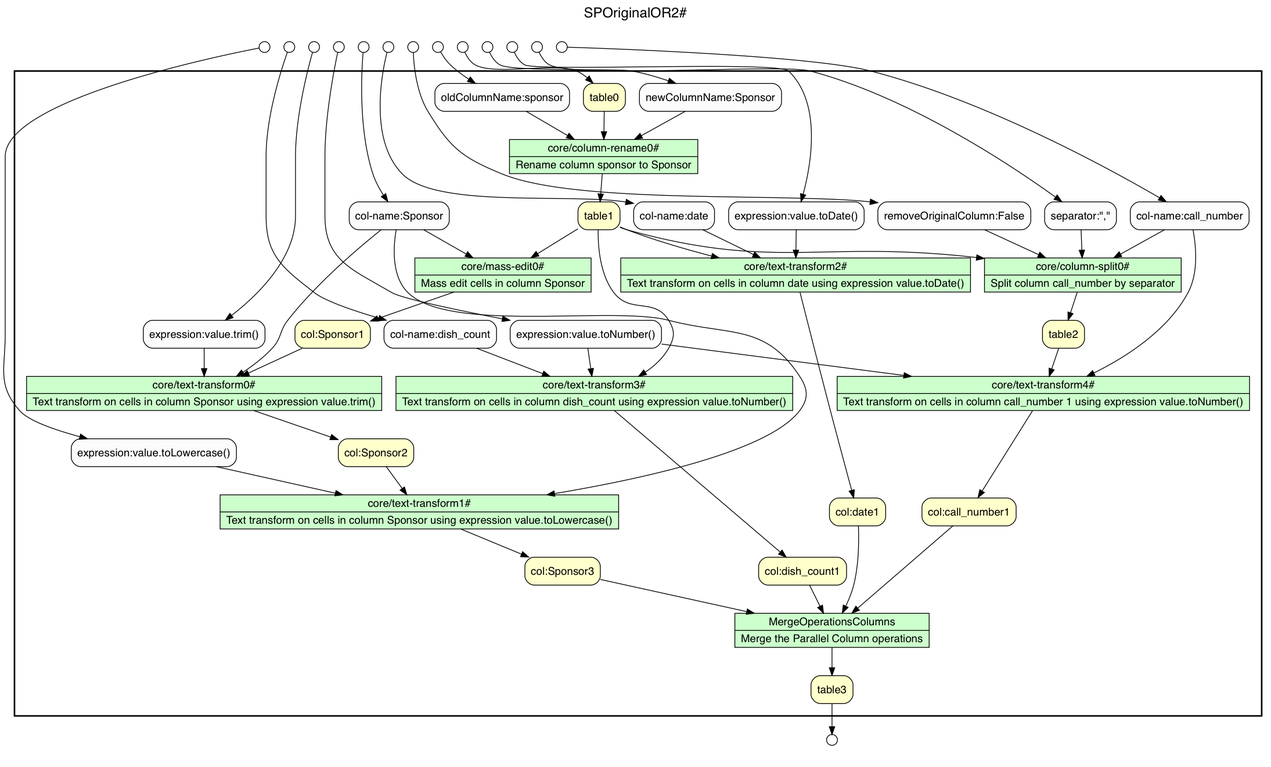
LanLi2017/RuntimeCompare keeps this Graphviz diagram as png/Serial-Parallel.png. Above is the earlier version. Its source is kept beside it as gv/Serial-Parallel.gv.
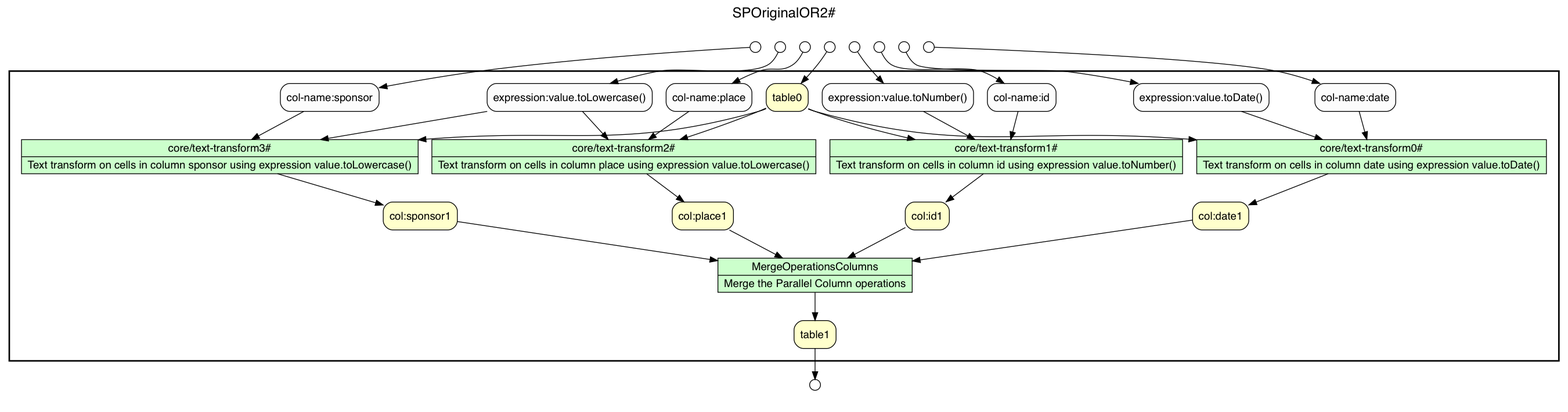
After the commit.

What changed in the source:
```diff
@@ -1,87 +1,119 @@
+/* Start of top-level graph */
 digraph Workflow {
-rankdir=LR
+rankdir=TB
+
+/* Title for graph */
 fontname=Helvetica; fontsize=18; labelloc=t
 label="SPOriginalOR2#"
+
+/* Start of double cluster for drawing box around nodes in workflow */
 subgraph cluster_workflow_box_outer { label=""; color=black; penwidth=2
 subgraph cluster_workflow_box_inner { label=""; penwidth=0
+
+/* Style for nodes representing atomic programs in workflow */
 node[shape=box style=filled fillcolor="#CCFFCC" peripheries=1 fontname=Helvetica]
-"core/column-rename0#" [shape=record rankdir=LR label="{{<f0> core/column-rename0# |<f1> Rename column mo to month}}"];
-"core/column-rename1#" [shape=record rankdir=LR label="{{<f0> core/column-rename1# |<f1> Rename column dy to day}}"];
-"core/column-rename2#" [shape=record rankdir=LR label="{{<f0> core/column-rename2# |<f1> Rename column yr to year}}"];
-"core/text-transform0#" [shape=record rankdir=LR label="{{<f0> core/text-transform0# |<f1> Text transform on cells in column country using expression value.toUppercase()}}"];
-"core/mass-edit0#" [shape=record rankdir=LR label="{{<f0> core/mass-edit0# |<f1> Mass edit cells in column country}}"];
-"core/text-transform1#" [shape=record rankdir=LR label="{{<f0> core/text-transform1# |<f1> Text transform on cells in column recordID using expression value.toNumber()}}"];
-"core/text-transform2#" [shape=record rankdir=LR label="{{<f0> core/text-transform2# |<f1> Text transform on cells in column year using expression value.toDate()}}"];
-"core/mass-edit1#" [shape=record rankdir=LR label="{{<f0> core/mass-edit1# |<f1> Mass edit cells in column scientificName}}"];
-"core/text-transform3#" [shape=record rankdir=LR label="{{<f0> core/text-transform3# |<f1> Text transform on cells in column scientificName using expression value.trim()}}"];
-"core/text-transform4#" [shape=record rankdir=LR label="{{<f0> core/text-transform4# |<f1> Text transform on cells in column scientificName using expression value.toLowercase()}}"];
-"core/column-split0#" [shape=record rankdir=LR label="{{<f0> core/column-split0# |<f1> Split column scientificName by separator}}"];
-MergeOperationsColumns [shape=record rankdir=LR label="{{<f0> MergeOperationsColumns |<f1> Merge the Parallel Column operations}}"];
-edge[fontname=Helvetica]
-"core/column-rename0#" -> "core/column-rename1#" [label=table1]
-"core/column-rename1#" -> "core/column-rename2#" [label=table2]
-"core/column-rename2#" -> "core/text-transform0#" [label=table3]
-"core/column-rename2#" -> "core/text-transform1#" [label=table3]
-"core/column-rename2#" -> "core/text-transform2#" [label=table3]
-"core/column-rename2#" -> "core/mass-edit1#" [label=table3]
-"core/text-transform0#" -> "core/mass-edit0#" [label="col:country1"]
-"core/mass-edit1#" -> "core/text-transform3#" [label="col:scientificName1"]
-"core/text-transform3#" -> "core/text-transform4#" [label="col:scientificName2"]
-"core/text-transform4#" -> "core/column-split0#" [label="col:scientificName3"]
-"core/mass-edit0#" -> MergeOperationsColumns [label="col:country2"]
-"core/text-transform1#" -> MergeOperationsColumns [label="col:recordID1"]
-"core/text-transform2#" -> MergeOperationsColumns [label="col:year1"]
-"core/column-split0#" -> MergeOperationsColumns [label=table4]
+
+/* Nodes representing atomic programs in workflow */
+"core/text-transform0#" [shape=record rankdir=LR label="{<f0> core/text-transform0# |<f1> Text transform on cells in column date using expression value.toDate()}"];
+"core/text-transform1#" [shape=record rankdir=LR label="{<f0> core/text-transform1# |<f1> Text transform on cells in column id using expression value.toNumber()}"];
+"core/text-transform2#" [shape=record rankdir=LR label="{<f0> core/text-transform2# |<f1> Text transform on cells in column place using expression value.toLowercase()}"];
+"core/text-transform3#" [shape=record rankdir=LR label="{<f0> core/text-transform3# |<f1> Text transform on cells in column sponsor using expression value.toLowercase()}"];
+MergeOperationsColumns [shape=record rankdir=LR label="{<f0> MergeOperationsColumns |<f1> Merge the Parallel Column operations}"];
+
+/* Style for nodes representing non-parameter data channels in workflow */
+node[shape=box style="rounded,filled" fillcolor="#FFFFCC" peripheries=1 fontname=Helvetica]
+
+/* Nodes for non-parameter data channels in workflow */
+table1
+table0
+"col:date1"
+"col:id1"
+"col:place1"
+"col:sponsor1"
+
+/* Style for nodes representing parameter channels in workflow */
+node[shape=box style="rounded,filled" fillcolor="#FCFCFC" peripheries=1 fontname=Helvetica]
+
+/* Nodes representing parameter channels in workflow */
+"col-name:date"
+"expression:value.toDate()"
+"col-name:id"
+"expression:value.toNumber()"
+"col-name:place"
+"expression:value.toLowercase()"
+"col-name:sponsor"
+
+/* Edges representing connections between programs and channels */
+"core/text-transform0#" -> "col:date1"
+"col-name:date" -> "core/text-transform0#"
+"expression:value.toDate()" -> "core/text-transform0#"
+table0 -> "core/text-transform0#"
+"core/text-transform1#" -> "col:id1"
+"col-name:id" -> "core/text-transform1#"
+"expression:value.toNumber()" -> "core/text-transform1#"
+table0 -> "core/text-transform1#"
+"core/text-transform2#" -> "col:place1"
+"col-name:place" -> "core/text-transform2#"
+"expression:value.toLowercase()" -> "core/text-transform2#"
+table0 -> "core/text-transform2#"
+"core/text-transform3#" -> "col:sponsor1"
+"col-name:sponsor" -> "core/text-transform3#"
+"expression:value.toLowercase()" -> "core/text-transform3#"
+table0 -> "core/text-transform3#"
+MergeOperationsColumns -> table1
+"col:date1" -> MergeOperationsColumns
+"col:id1" -> MergeOperationsColumns
+"col:place1" -> MergeOperationsColumns
+"col:sponsor1" -> MergeOperationsColumns
+
+/* End of double cluster for drawing box around nodes in workflow */
 }}
+
+/* Hidden double-cluster for grouping workflow input ports */
 subgraph cluster_input_ports_group_outer { label=""; penwidth=0
 subgraph cluster_input_ports_group_inner { label=""; penwidth=0
-node[shape=circle style=filled fillcolor="#FFFFFF" peripheries=1 fontname=Helvetica width=0.2]
-"col-name:country_input_port" [label=""]
-"oldColumnName:dy_input_port" [label=""]
-"separator:\",\"_input_port" [label=""]
-"newColumnName:day_input_port" [label=""]
-"col-name:scientificName_input_port" [label=""]
-"oldColumnName:mo_input_port" [label=""]
-"col-name:recordID_input_port" [label=""]
+
+/* Style for nodes representing workflow input ports */
+node[shape=circle style="rounded,filled" fillcolor="#FFFFFF" peripheries=1 fontname=Helvetica width=0.2]
+
+/* Nodes representing workflow input ports */
+"expression:value.toDate()_input_port" [label=""]
+"col-name:place_input_port" [label=""]
+"col-name:sponsor_input_port" [label=""]
 "expression:value.toLowercase()_input_port" [label=""]
-"expression:value.toDate()_input_port" [label=""]
-"expression:value.toUppercase()_input_port" [label=""]
 "expression:value.toNumber()_input_port" [label=""]
-"removeOriginalColumn:False_input_port" [label=""]
-"col-name:year_input_port" [label=""]
-"newColumnName:month_input_port" [label=""]
-"oldColumnName:yr_input_port" [label=""]
-"newColumnName:year_input_port" [label=""]
-"expression:value.trim()_input_port" [label=""]
+"col-name:id_input_port" [label=""]
+"col-name:date_input_port" [label=""]
 table0_input_port [label=""]
+
+/* End of double-cluster for grouping workflow input ports */
 }}
+
+/* Hidden double-cluster for grouping workflow output ports */
 subgraph cluster_output_ports_group_outer { label=""; penwidth=0
 subgraph cluster_output_ports_group_inner { label=""; penwidth=0
-node[shape=circle style=filled fillcolor="#FFFFFF" peripheries=1 fontname=Helvetica width=0.2]
-table5_output_port [label=""]
+
+/* Style for nodes representing workflow output ports */
+node[shape=circle style="rounded,filled" fillcolor="#FFFFFF" peripheries=1 fontname=Helvetica width=0.2]
+
+/* Nodes representing workflow output ports */
+table1_output_port [label=""]
+
+/* End of double-cluster for grouping workflow output ports */
 }}
-edge[fontname=Helvetica]
-"oldColumnName:mo_input_port" -> "core/column-rename0#" [label="oldColumnName:mo"]
-"newColumnName:month_input_port" -> "core/column-rename0#" [label="newColumnName:month"]
-table0_input_port -> "core/column-rename0#" [label=table0]
-"oldColumnName:dy_input_port" -> "core/column-rename1#" [label="oldColumnName:dy"]
-"newColumnName:day_input_port" -> "core/column-rename1#" [label="newColumnName:day"]
-"oldColumnName:yr_input_port" -> "core/column-rename2#" [label="oldColumnName:yr"]
-"newColumnName:year_input_port" -> "core/column-rename2#" [label="newColumnName:year"]
-"col-name:country_input_port" -> "core/text-transform0#" [label="col-name:country"]
-"col-name:country_input_port" -> "core/mass-edit0#" [label="col-name:country"]
-"expression:value.toUppercase()_input_port" -> "core/text-transform0#" [label="expression:value.toUppercase()"]
-"col-name:recordID_input_port" -> "core/text-transform1#" [label="col-name:recordID"]
-"expression:value.toNumber()_input_port" -> "core/text-transform1#" [label="expression:value.toNumber()"]
-"col-name:year_input_port" -> "core/text-transform2#" [label="col-name:year"]
-"expression:value.toDate()_input_port" -> "core/text-transform2#" [label="expression:value.toDate()"]
-"col-name:scientificName_input_port" -> "core/text-transform3#" [label="col-name:scientificName"]
-"col-name:scientificName_input_port" -> "core/text-transform4#" [label="col-name:scientificName"]
-"col-name:scientificName_input_port" -> "core/column-split0#" [label="col-name:scientificName"]
-"expression:value.trim()_input_port" -> "core/text-transform3#" [label="expression:value.trim()"]
-"expression:value.toLowercase()_input_port" -> "core/text-transform4#" [label="expression:value.toLowercase()"]
-"separator:\",\"_input_port" -> "core/column-split0#" [label="separator:\",\""]
-"removeOriginalColumn:False_input_port" -> "core/column-split0#" [label="removeOriginalColumn:False"]
-edge[fontname=Helvetica]
-MergeOperationsColumns -> table5_output_port [label=table5]
+
+/* Edges from input ports to channels */
+"expression:value.toDate()_input_port" -> "expression:value.toDate()"
+"col-name:place_input_port" -> "col-name:place"
+"col-name:sponsor_input_port" -> "col-name:sponsor"
+"expression:value.toLowercase()_input_port" -> "expression:value.toLowercase()"
+"expression:value.toNumber()_input_port" -> "expression:value.toNumber()"
+"col-name:id_input_port" -> "col-name:id"
+"col-name:date_input_port" -> "col-name:date"
+table0_input_port -> table0
+
+/* Edges from channels to output ports */
+table1 -> table1_output_port
+
+/* End of top-level graph */
 }
```
